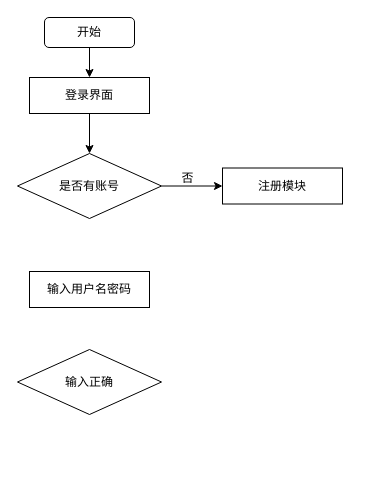
The draw.io diagram pic/用户注册.drawio in ZYNsama666/Software_engineering, before the edit. Source tidied: cells renumbered, new cells numbered last; positions are measured from the earlier drawing's top-left corner, leaving out a move shared by most shapes. Both pictures are drawn from the tidied source at 100%, with x=0, y=0 at pixel (17, 17).
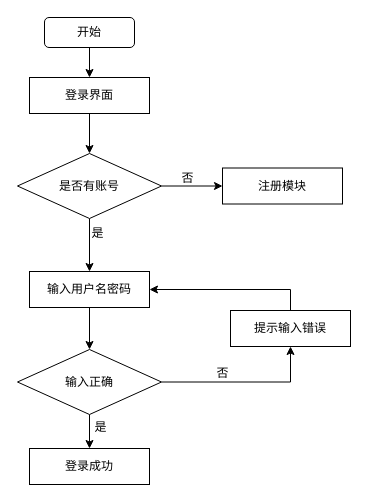
The same page after the edit.

Commit message (it also covers changes not shown here):
更新用户注册.drawio

The change refers to these unchanged cells:
```xml
<mxCell id="7" value="是否有账号" style="rhombus;whiteSpace=wrap;html=1;" parent="1" vertex="1">
  <mxGeometry y="136" width="144" height="65" as="geometry" />
</mxCell>
<mxCell id="10" value="输入用户名密码" style="rounded=0;whiteSpace=wrap;html=1;" parent="1" vertex="1">
  <mxGeometry x="12" y="254" width="120" height="36" as="geometry" />
</mxCell>
<mxCell id="11" value="输入正确" style="rhombus;whiteSpace=wrap;html=1;" parent="1" vertex="1">
  <mxGeometry y="332" width="144" height="65" as="geometry" />
</mxCell>
```

Change to the diagram source:
```diff
@@
+    <mxCell id="12" style="edgeStyle=orthogonalEdgeStyle;rounded=0;jettySize=auto;html=1;entryX=0.5;entryY=0;entryDx=0;entryDy=0;" parent="1" edge="1" source="7" target="10">
+      <mxGeometry relative="1" as="geometry" />
+    </mxCell>
@@
+    <mxCell id="13" style="edgeStyle=orthogonalEdgeStyle;rounded=0;jettySize=auto;html=1;" parent="1" edge="1" source="10" target="11">
+      <mxGeometry relative="1" as="geometry" />
+    </mxCell>
@@
+    <mxCell id="14" style="edgeStyle=orthogonalEdgeStyle;rounded=0;jettySize=auto;html=1;entryX=0.5;entryY=0;entryDx=0;entryDy=0;" parent="1" edge="1" source="11" target="16">
+      <mxGeometry relative="1" as="geometry" />
+    </mxCell>
+    <mxCell id="15" style="edgeStyle=orthogonalEdgeStyle;rounded=0;jettySize=auto;html=1;" parent="1" edge="1" source="11" target="18">
+      <mxGeometry relative="1" as="geometry" />
+    </mxCell>
@@
+    <mxCell id="16" value="登录成功" style="rounded=0;whiteSpace=wrap;html=1;" parent="1" vertex="1">
+      <mxGeometry x="12" y="431" width="120" height="36" as="geometry" />
+    </mxCell>
+    <mxCell id="17" style="edgeStyle=orthogonalEdgeStyle;rounded=0;jettySize=auto;html=1;entryX=1;entryY=0.5;entryDx=0;entryDy=0;" parent="1" edge="1" source="18" target="10">
+      <mxGeometry relative="1" as="geometry">
+        <Array as="points">
+          <mxPoint x="273" y="272" />
+        </Array>
+      </mxGeometry>
+    </mxCell>
+    <mxCell id="18" value="提示输入错误" style="rounded=0;whiteSpace=wrap;html=1;" parent="1" vertex="1">
+      <mxGeometry x="213" y="293" width="120" height="36" as="geometry" />
+    </mxCell>
+    <mxCell id="19" value="否" style="text;html=1;align=center;verticalAlign=middle;strokeColor=none;fillColor=none;" parent="1" vertex="1">
+      <mxGeometry x="190" y="343" width="30" height="26" as="geometry" />
+    </mxCell>
+    <mxCell id="20" value="是" style="text;html=1;align=center;verticalAlign=middle;strokeColor=none;fillColor=none;" parent="1" vertex="1">
+      <mxGeometry x="65" y="203" width="30" height="26" as="geometry" />
+    </mxCell>
+    <mxCell id="21" value="是" style="text;html=1;align=center;verticalAlign=middle;strokeColor=none;fillColor=none;" parent="1" vertex="1">
+      <mxGeometry x="68" y="397" width="30" height="26" as="geometry" />
+    </mxCell>
```
